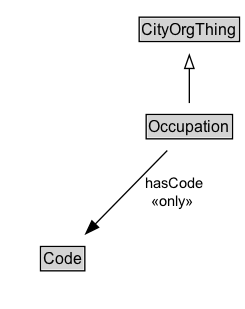
ISO-TC204/ontology-cdm-p2-v1 keeps this Graphviz diagram as docs/diagrams/Occupation.dot.png. Above is the earlier version. Its source is kept beside it as docs/diagrams/Occupation.dot.
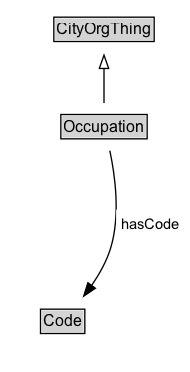
The same diagram one commit later.

Change to the diagram source:
```diff
@@ -3,18 +3,21 @@
 	node [fontname=Arial fontsize=12 margin=0 shape=none]
 	edge [fontname=Arial fontsize=11]
 	{
+		rank=source
+		CityOrgThing [label=<<TABLE BORDER="1" CELLBORDER="0" CELLSPACING="0" CELLPADDING="1"><TR><TD BGCOLOR="lightgray" ALIGN="CENTER">CityOrgThing</TD></TR></TABLE>> URL="../CityOrgThing" margin=0]
+	}
+	Occupation [label=<<TABLE BORDER="1" CELLBORDER="0" CELLSPACING="0" CELLPADDING="1"><TR><TD BGCOLOR="lightgray" ALIGN="CENTER">Occupation</TD></TR></TABLE>> URL="../Occupation" margin=0]
+	{
 		rank=max
-		Occupation [label=<<TABLE BORDER="1" CELLBORDER="0" CELLSPACING="0" CELLPADDING="1"><TR><TD BGCOLOR="lightgray" ALIGN="CENTER" PORT="e">Occupation</TD></TR></TABLE>> URL="../Occupation.md" margin=0]
 	}
 	subgraph cluster_associated {
 		label="" style=invis
 		Invis [label=<<TABLE BORDER="0" CELLBORDER="0" CELLSPACING="0" CELLPADDING="1"><TR><TD></TD></TR></TABLE>> margin=0 style=invis]
-		Code [label=<<TABLE BORDER="1" CELLBORDER="0" CELLSPACING="0" CELLPADDING="1"><TR><TD BGCOLOR="lightgray" ALIGN="CENTER">Code</TD></TR></TABLE>> URL="../Code.md" margin=0]
+		Code [label=<<TABLE BORDER="1" CELLBORDER="0" CELLSPACING="0" CELLPADDING="1"><TR><TD BGCOLOR="lightgray" ALIGN="CENTER">Code</TD></TR></TABLE>> URL="../Code" margin=0]
 	}
-	CityOrgThing [label=<<TABLE BORDER="1" CELLBORDER="0" CELLSPACING="0" CELLPADDING="1"><TR><TD BGCOLOR="lightgray" ALIGN="CENTER">CityOrgThing</TD></TR></TABLE>> URL="../CityOrgThing.md" margin=0]
 	Occupation -> CityOrgThing [arrowhead=onormal style=solid]
 	Occupation -> Invis [style=invis]
 	Invis -> Code [style=invis]
-	Occupation -> Code [label=" hasCode
- «only»  " arrowhead=normal style=solid]
+	Code [label=<<TABLE BORDER="1" CELLBORDER="0" CELLSPACING="0" CELLPADDING="1"><TR><TD BGCOLOR="lightgray" ALIGN="CENTER">Code</TD></TR></TABLE>> URL="../Code" margin=0]
+	Occupation -> Code [label=<<TABLE BORDER="0" CELLBORDER="0" CELLSPACING="0" CELLPADDING="4" BGCOLOR="white"><TR><TD ALIGN="CENTER">hasCode</TD></TR></TABLE>> arrowhead=normal style=solid]
 }
```
